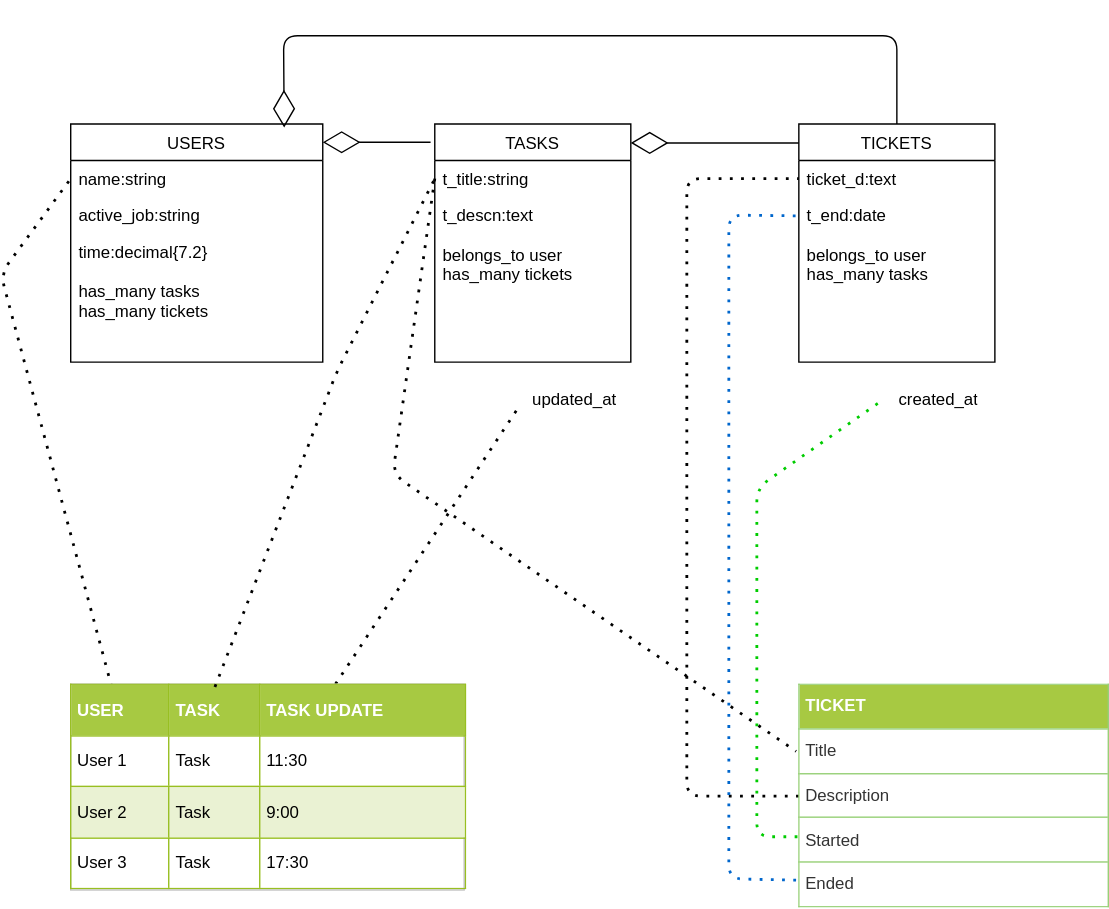
Above: MyApp.svg in Roru-cmd/Myapp (draw.io), before the change. Source tidied: cells renumbered, new cells last; positions are measured from the earlier drawing's top-left corner, leaving out a move shared by most shapes.
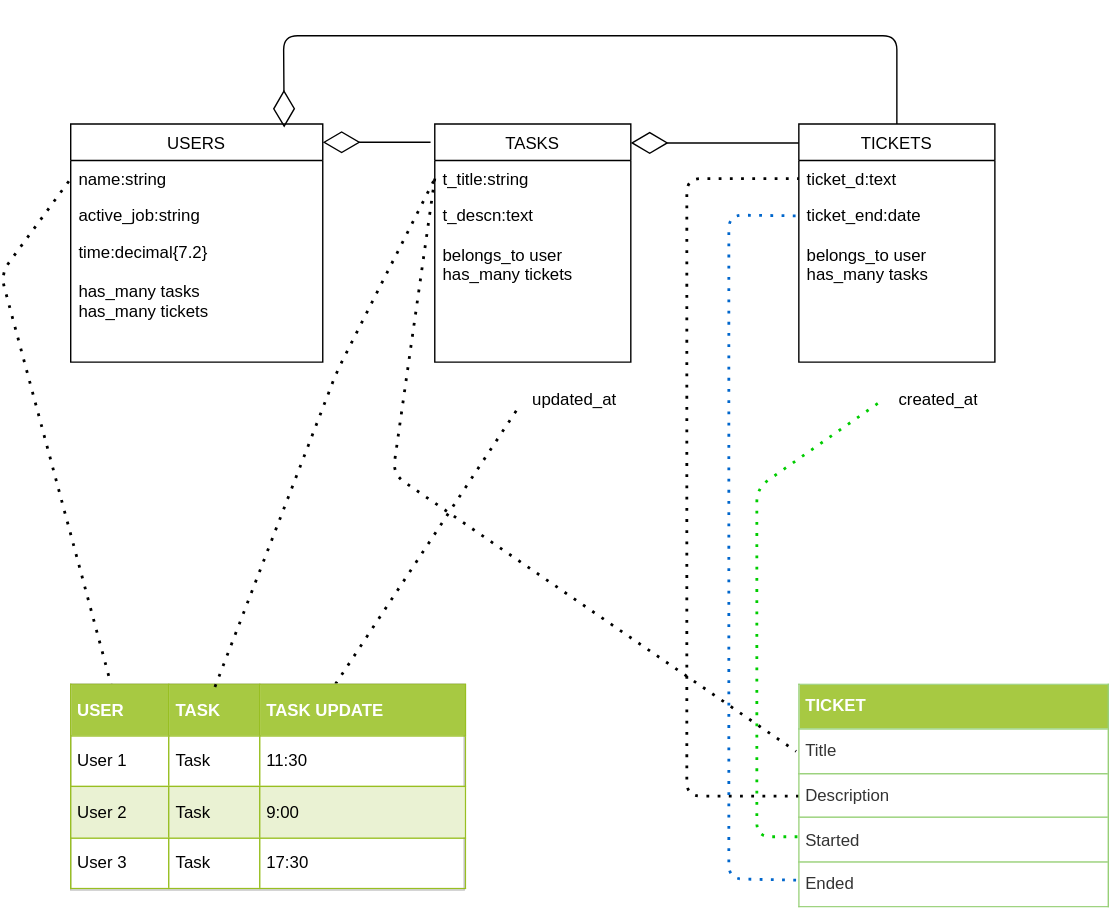
The same diagram one commit later.

The edit, as a diff of the source:
```diff
@@ -29,7 +29,7 @@
     <mxCell id="10" value="ticket_d:text" style="text;strokeColor=none;fillColor=none;align=left;verticalAlign=top;spacingLeft=4;spacingRight=4;overflow=hidden;points=[[0,0.5],[1,0.5]];portConstraint=eastwest;" parent="9" vertex="1">
       <mxGeometry y="26" width="140" height="26" as="geometry" />
     </mxCell>
-    <mxCell id="11" value="t_end:date&#10;&#10;belongs_to user&#10;has_many tasks" style="text;strokeColor=none;fillColor=none;align=left;verticalAlign=top;spacingLeft=4;spacingRight=4;overflow=hidden;points=[[0,0.5],[1,0.5]];portConstraint=eastwest;" parent="9" vertex="1">
+    <mxCell id="11" value="ticket_end:date&#10;&#10;belongs_to user&#10;has_many tasks" style="text;strokeColor=none;fillColor=none;align=left;verticalAlign=top;spacingLeft=4;spacingRight=4;overflow=hidden;points=[[0,0.5],[1,0.5]];portConstraint=eastwest;" parent="9" vertex="1">
       <mxGeometry y="52" width="140" height="118" as="geometry" />
     </mxCell>
     <mxCell id="12" style="endArrow=diamondThin;endFill=0;endSize=24;html=1;" parent="1" edge="1">
```
